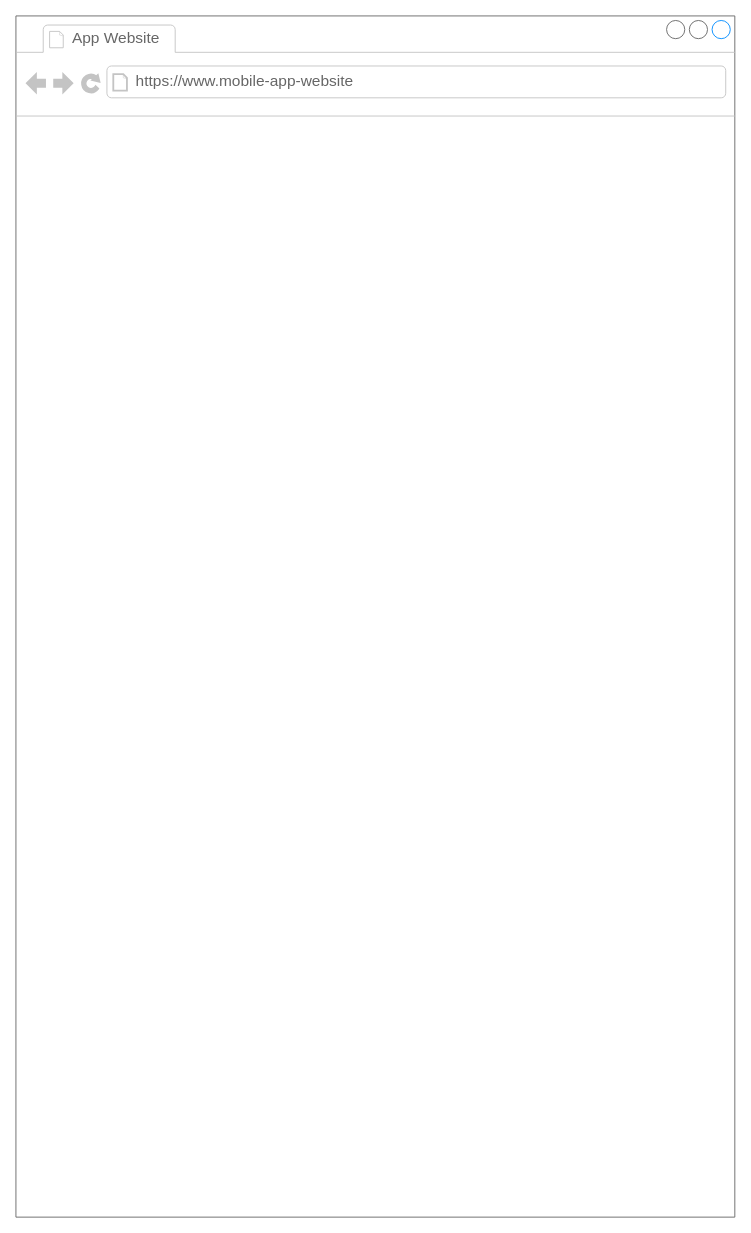
Above: public/wireframe.drawio in deaconTown/mobile-app-landing-page (draw.io), before the change. Source tidied: cells renumbered, new cells numbered last; positions are measured from the earlier drawing's top-left corner, leaving out a move shared by most shapes. Both pictures are drawn from the tidied source at 91%, with x=0, y=0 at pixel (15, 15).
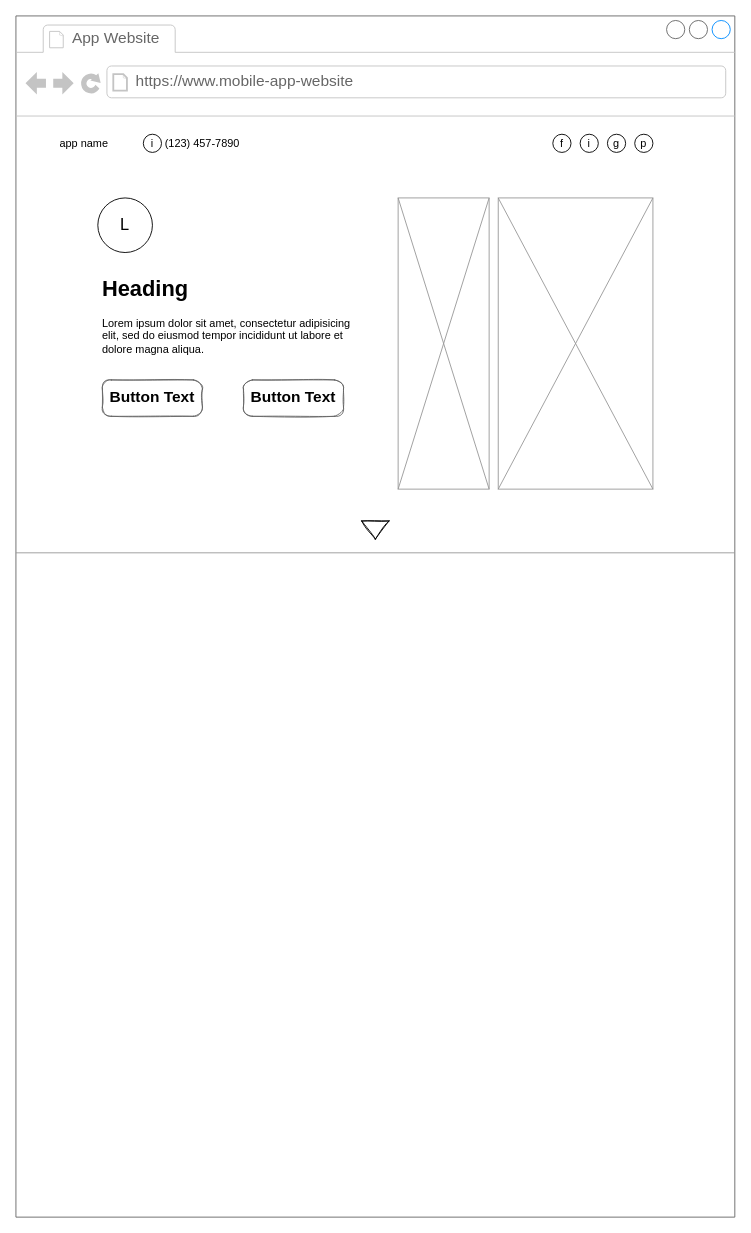
Above is the later version.

Unchanged cells that the change refers to:
```xml
<mxCell id="2" style="strokeWidth=1;shadow=0;dashed=0;align=center;html=1;shape=mxgraph.mockup.containers.browserWindow;rSize=0;strokeColor=#666666;strokeColor2=#008cff;strokeColor3=#c4c4c4;mainText=,;" parent="1" vertex="1">
  <mxGeometry width="790" height="1320" as="geometry" />
</mxCell>
```

The edit, as a diff of the source:
```diff
@@
+    <mxCell id="5" value="app name" style="text;html=1;strokeColor=none;fillColor=none;align=center;verticalAlign=middle;whiteSpace=wrap;rounded=0;" parent="2" vertex="1">
+      <mxGeometry x="30" y="130" width="90" height="20" as="geometry" />
+    </mxCell>
+    <mxCell id="6" value="(123) 457-7890" style="text;html=1;strokeColor=none;fillColor=none;align=center;verticalAlign=middle;whiteSpace=wrap;rounded=0;" parent="2" vertex="1">
+      <mxGeometry x="160" y="130" width="90" height="20" as="geometry" />
+    </mxCell>
+    <mxCell id="7" style="ellipse;whiteSpace=wrap;html=1;" parent="2" vertex="1">
+      <mxGeometry x="140" y="130" width="20" height="20" as="geometry" />
+    </mxCell>
+    <mxCell id="8" value="i" style="text;html=1;strokeColor=none;fillColor=none;align=center;verticalAlign=middle;whiteSpace=wrap;rounded=0;" parent="2" vertex="1">
+      <mxGeometry x="130" y="130" width="40" height="20" as="geometry" />
+    </mxCell>
+    <mxCell id="9" style="verticalLabelPosition=bottom;shadow=0;dashed=0;align=center;html=1;verticalAlign=top;strokeWidth=1;shape=mxgraph.mockup.graphics.simpleIcon;strokeColor=#999999;" parent="2" vertex="1">
+      <mxGeometry x="530" y="200" width="170" height="320" as="geometry" />
+    </mxCell>
+    <mxCell id="10" style="verticalLabelPosition=bottom;shadow=0;dashed=0;align=center;html=1;verticalAlign=top;strokeWidth=1;shape=mxgraph.mockup.graphics.simpleIcon;strokeColor=#999999;" parent="2" vertex="1">
+      <mxGeometry x="420" y="200" width="100" height="320" as="geometry" />
+    </mxCell>
+    <mxCell id="11" style="ellipse;whiteSpace=wrap;html=1;" parent="2" vertex="1">
+      <mxGeometry x="590" y="130" width="20" height="20" as="geometry" />
+    </mxCell>
+    <mxCell id="12" style="ellipse;whiteSpace=wrap;html=1;" parent="2" vertex="1">
+      <mxGeometry x="650" y="130" width="20" height="20" as="geometry" />
+    </mxCell>
+    <mxCell id="13" style="ellipse;whiteSpace=wrap;html=1;" parent="2" vertex="1">
+      <mxGeometry x="680" y="130" width="20" height="20" as="geometry" />
+    </mxCell>
+    <mxCell id="14" style="ellipse;whiteSpace=wrap;html=1;" parent="2" vertex="1">
+      <mxGeometry x="620" y="130" width="20" height="20" as="geometry" />
+    </mxCell>
+    <mxCell id="15" value="f" style="text;html=1;strokeColor=none;fillColor=none;align=center;verticalAlign=middle;whiteSpace=wrap;rounded=0;" parent="2" vertex="1">
+      <mxGeometry x="580" y="130" width="40" height="20" as="geometry" />
+    </mxCell>
+    <mxCell id="16" value="p" style="text;html=1;strokeColor=none;fillColor=none;align=center;verticalAlign=middle;whiteSpace=wrap;rounded=0;" parent="2" vertex="1">
+      <mxGeometry x="670" y="130" width="40" height="20" as="geometry" />
+    </mxCell>
+    <mxCell id="17" value="g" style="text;html=1;strokeColor=none;fillColor=none;align=center;verticalAlign=middle;whiteSpace=wrap;rounded=0;" parent="2" vertex="1">
+      <mxGeometry x="640" y="130" width="40" height="20" as="geometry" />
+    </mxCell>
+    <mxCell id="18" value="i" style="text;html=1;strokeColor=none;fillColor=none;align=center;verticalAlign=middle;whiteSpace=wrap;rounded=0;" parent="2" vertex="1">
+      <mxGeometry x="610" y="130" width="40" height="20" as="geometry" />
+    </mxCell>
+    <mxCell id="19" style="verticalLabelPosition=bottom;shadow=0;dashed=0;align=center;html=1;verticalAlign=top;strokeWidth=1;shape=mxgraph.mockup.markup.line;strokeColor=#999999;" parent="2" vertex="1">
+      <mxGeometry y="580" width="790" height="20" as="geometry" />
+    </mxCell>
+    <mxCell id="20" style="ellipse;whiteSpace=wrap;html=1;" parent="2" vertex="1">
+      <mxGeometry x="90" y="200" width="60" height="60" as="geometry" />
+    </mxCell>
+    <mxCell id="21" value="&lt;font style=&quot;font-size: 18px&quot;&gt;L&lt;/font&gt;" style="text;html=1;strokeColor=none;fillColor=none;align=center;verticalAlign=middle;whiteSpace=wrap;rounded=0;" parent="2" vertex="1">
+      <mxGeometry x="90" y="210" width="60" height="40" as="geometry" />
+    </mxCell>
+    <mxCell id="22" value="&lt;h1&gt;Heading&lt;/h1&gt;&lt;p&gt;Lorem ipsum dolor sit amet, consectetur adipisicing elit, sed do eiusmod tempor incididunt ut labore et dolore magna aliqua.&lt;/p&gt;" style="text;html=1;strokeColor=none;fillColor=none;spacing=5;spacingTop=-20;whiteSpace=wrap;overflow=hidden;rounded=0;" parent="2" vertex="1">
+      <mxGeometry x="90" y="280" width="290" height="120" as="geometry" />
+    </mxCell>
+    <mxCell id="23" value="&lt;font color=&quot;#000000&quot;&gt;Button Text&lt;/font&gt;" style="strokeWidth=1;shadow=0;dashed=0;align=center;html=1;shape=mxgraph.mockup.buttons.button;strokeColor=#666666;mainText=;buttonStyle=round;fontSize=17;fontStyle=1;whiteSpace=wrap;fontColor=#FFFFFF;fillColor=none;sketch=1;" parent="2" vertex="1">
+      <mxGeometry x="95" y="400" width="110" height="40" as="geometry" />
+    </mxCell>
+    <mxCell id="24" value="&lt;font color=&quot;#000000&quot;&gt;Button Text&lt;/font&gt;" style="strokeWidth=1;shadow=0;dashed=0;align=center;html=1;shape=mxgraph.mockup.buttons.button;strokeColor=#666666;fontColor=#ffffff;mainText=;buttonStyle=round;fontSize=17;fontStyle=1;whiteSpace=wrap;fillColor=none;sketch=1;" parent="2" vertex="1">
+      <mxGeometry x="250" y="400" width="110" height="40" as="geometry" />
+    </mxCell>
+    <mxCell id="25" style="triangle;whiteSpace=wrap;html=1;fontColor=none;fillColor=none;rotation=90;sketch=1;rounded=0;shadow=0;" parent="2" vertex="1">
+      <mxGeometry x="385" y="550" width="20" height="30" as="geometry" />
+    </mxCell>
```
